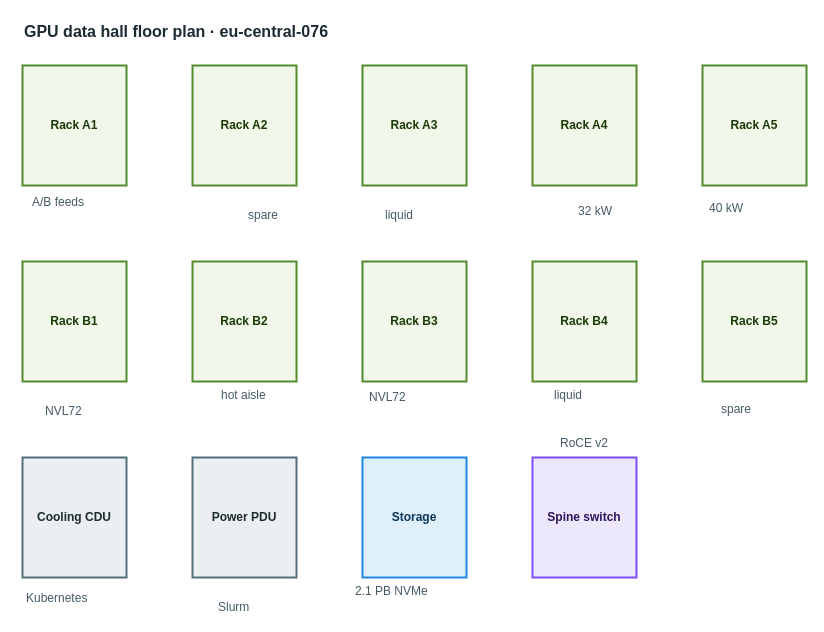
Above: apps/web/public/samples/library/076-gpu-data-hall-floor-plan.drawio in AryanG01/open-apprentice (draw.io), before the change. Source tidied: cells renumbered, new cells numbered last; positions are measured from the earlier drawing's top-left corner, leaving out a move shared by most shapes. Both pictures are drawn from the tidied source at 100%, with x=0, y=0 at pixel (22, 17).
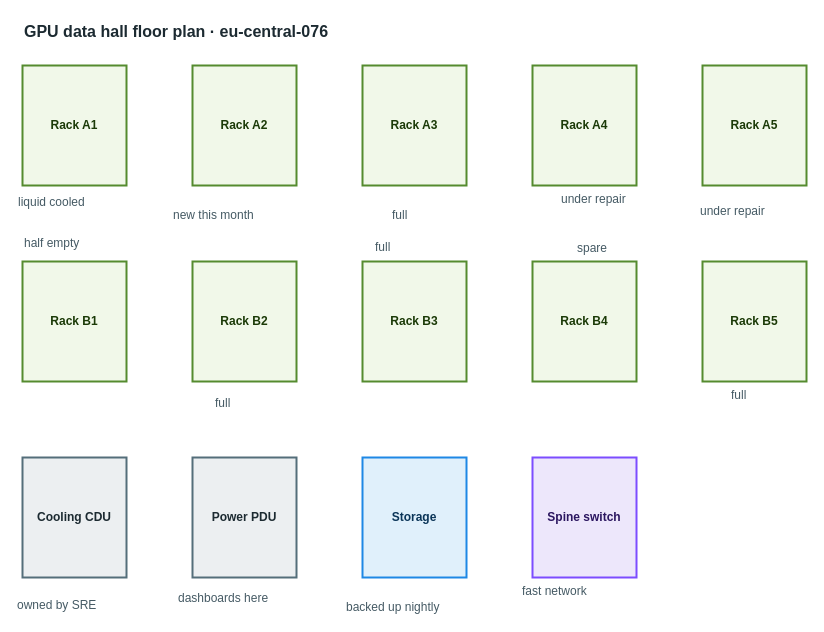
Above is the later version.

The edit, as a diff of the source:
```diff
@@
-    <mxCell id="17" value="A/B feeds" style="text;html=1;align=left;verticalAlign=top;whiteSpace=nowrap;spacing=0;spacingTop=0;strokeColor=none;fillColor=none;fontSize=12;fontColor=#455a64;" parent="1" vertex="1">
-      <mxGeometry x="10" y="173" width="75" height="20" as="geometry" />
+    <mxCell id="17" value="liquid cooled" style="text;html=1;align=left;verticalAlign=top;whiteSpace=nowrap;spacing=0;spacingTop=0;strokeColor=none;fillColor=none;fontSize=12;fontColor=#455a64;" parent="1" vertex="1">
+      <mxGeometry x="-4" y="173" width="103" height="20" as="geometry" />
     </mxCell>
-    <mxCell id="18" value="spare" style="text;html=1;align=left;verticalAlign=top;whiteSpace=nowrap;spacing=0;spacingTop=0;strokeColor=none;fillColor=none;fontSize=12;fontColor=#455a64;" parent="1" vertex="1">
-      <mxGeometry x="226" y="186" width="47" height="20" as="geometry" />
+    <mxCell id="18" value="new this month" style="text;html=1;align=left;verticalAlign=top;whiteSpace=nowrap;spacing=0;spacingTop=0;strokeColor=none;fillColor=none;fontSize=12;fontColor=#455a64;" parent="1" vertex="1">
+      <mxGeometry x="151" y="186" width="110" height="20" as="geometry" />
     </mxCell>
-    <mxCell id="19" value="liquid" style="text;html=1;align=left;verticalAlign=top;whiteSpace=nowrap;spacing=0;spacingTop=0;strokeColor=none;fillColor=none;fontSize=12;fontColor=#455a64;" parent="1" vertex="1">
-      <mxGeometry x="363" y="186" width="54" height="20" as="geometry" />
+    <mxCell id="19" value="full" style="text;html=1;align=left;verticalAlign=top;whiteSpace=nowrap;spacing=0;spacingTop=0;strokeColor=none;fillColor=none;fontSize=12;fontColor=#455a64;" parent="1" vertex="1">
+      <mxGeometry x="370" y="186" width="40" height="20" as="geometry" />
     </mxCell>
-    <mxCell id="20" value="32 kW" style="text;html=1;align=left;verticalAlign=top;whiteSpace=nowrap;spacing=0;spacingTop=0;strokeColor=none;fillColor=none;fontSize=12;fontColor=#455a64;" parent="1" vertex="1">
-      <mxGeometry x="556" y="182" width="47" height="20" as="geometry" />
+    <mxCell id="20" value="under repair" style="text;html=1;align=left;verticalAlign=top;whiteSpace=nowrap;spacing=0;spacingTop=0;strokeColor=none;fillColor=none;fontSize=12;fontColor=#455a64;" parent="1" vertex="1">
+      <mxGeometry x="539" y="170" width="96" height="20" as="geometry" />
     </mxCell>
-    <mxCell id="21" value="40 kW" style="text;html=1;align=left;verticalAlign=top;whiteSpace=nowrap;spacing=0;spacingTop=0;strokeColor=none;fillColor=none;fontSize=12;fontColor=#455a64;" parent="1" vertex="1">
-      <mxGeometry x="687" y="179" width="47" height="20" as="geometry" />
+    <mxCell id="21" value="under repair" style="text;html=1;align=left;verticalAlign=top;whiteSpace=nowrap;spacing=0;spacingTop=0;strokeColor=none;fillColor=none;fontSize=12;fontColor=#455a64;" parent="1" vertex="1">
+      <mxGeometry x="678" y="182" width="96" height="20" as="geometry" />
     </mxCell>
-    <mxCell id="22" value="NVL72" style="text;html=1;align=left;verticalAlign=top;whiteSpace=nowrap;spacing=0;spacingTop=0;strokeColor=none;fillColor=none;fontSize=12;fontColor=#455a64;" parent="1" vertex="1">
-      <mxGeometry x="23" y="382" width="47" height="20" as="geometry" />
+    <mxCell id="22" value="half empty" style="text;html=1;align=left;verticalAlign=top;whiteSpace=nowrap;spacing=0;spacingTop=0;strokeColor=none;fillColor=none;fontSize=12;fontColor=#455a64;" parent="1" vertex="1">
+      <mxGeometry x="2" y="214" width="82" height="20" as="geometry" />
     </mxCell>
-    <mxCell id="23" value="hot aisle" style="text;html=1;align=left;verticalAlign=top;whiteSpace=nowrap;spacing=0;spacingTop=0;strokeColor=none;fillColor=none;fontSize=12;fontColor=#455a64;" parent="1" vertex="1">
-      <mxGeometry x="199" y="366" width="75" height="20" as="geometry" />
+    <mxCell id="23" value="full" style="text;html=1;align=left;verticalAlign=top;whiteSpace=nowrap;spacing=0;spacingTop=0;strokeColor=none;fillColor=none;fontSize=12;fontColor=#455a64;" parent="1" vertex="1">
+      <mxGeometry x="193" y="374" width="40" height="20" as="geometry" />
     </mxCell>
-    <mxCell id="24" value="NVL72" style="text;html=1;align=left;verticalAlign=top;whiteSpace=nowrap;spacing=0;spacingTop=0;strokeColor=none;fillColor=none;fontSize=12;fontColor=#455a64;" parent="1" vertex="1">
-      <mxGeometry x="347" y="368" width="47" height="20" as="geometry" />
+    <mxCell id="24" value="full" style="text;html=1;align=left;verticalAlign=top;whiteSpace=nowrap;spacing=0;spacingTop=0;strokeColor=none;fillColor=none;fontSize=12;fontColor=#455a64;" parent="1" vertex="1">
+      <mxGeometry x="353" y="218" width="40" height="20" as="geometry" />
     </mxCell>
-    <mxCell id="25" value="liquid" style="text;html=1;align=left;verticalAlign=top;whiteSpace=nowrap;spacing=0;spacingTop=0;strokeColor=none;fillColor=none;fontSize=12;fontColor=#455a64;" parent="1" vertex="1">
-      <mxGeometry x="532" y="366" width="54" height="20" as="geometry" />
+    <mxCell id="25" value="spare" style="text;html=1;align=left;verticalAlign=top;whiteSpace=nowrap;spacing=0;spacingTop=0;strokeColor=none;fillColor=none;fontSize=12;fontColor=#455a64;" parent="1" vertex="1">
+      <mxGeometry x="555" y="219" width="47" height="20" as="geometry" />
     </mxCell>
-    <mxCell id="26" value="spare" style="text;html=1;align=left;verticalAlign=top;whiteSpace=nowrap;spacing=0;spacingTop=0;strokeColor=none;fillColor=none;fontSize=12;fontColor=#455a64;" parent="1" vertex="1">
-      <mxGeometry x="699" y="380" width="47" height="20" as="geometry" />
+    <mxCell id="26" value="full" style="text;html=1;align=left;verticalAlign=top;whiteSpace=nowrap;spacing=0;spacingTop=0;strokeColor=none;fillColor=none;fontSize=12;fontColor=#455a64;" parent="1" vertex="1">
+      <mxGeometry x="709" y="366" width="40" height="20" as="geometry" />
     </mxCell>
-    <mxCell id="27" value="Kubernetes" style="text;html=1;align=left;verticalAlign=top;whiteSpace=nowrap;spacing=0;spacingTop=0;strokeColor=none;fillColor=none;fontSize=12;fontColor=#455a64;" parent="1" vertex="1">
-      <mxGeometry x="4" y="569" width="82" height="20" as="geometry" />
+    <mxCell id="27" value="owned by SRE" style="text;html=1;align=left;verticalAlign=top;whiteSpace=nowrap;spacing=0;spacingTop=0;strokeColor=none;fillColor=none;fontSize=12;fontColor=#455a64;" parent="1" vertex="1">
+      <mxGeometry x="-5" y="576" width="96" height="20" as="geometry" />
     </mxCell>
-    <mxCell id="28" value="Slurm" style="text;html=1;align=left;verticalAlign=top;whiteSpace=nowrap;spacing=0;spacingTop=0;strokeColor=none;fillColor=none;fontSize=12;fontColor=#455a64;" parent="1" vertex="1">
-      <mxGeometry x="196" y="578" width="47" height="20" as="geometry" />
+    <mxCell id="28" value="dashboards here" style="text;html=1;align=left;verticalAlign=top;whiteSpace=nowrap;spacing=0;spacingTop=0;strokeColor=none;fillColor=none;fontSize=12;fontColor=#455a64;" parent="1" vertex="1">
+      <mxGeometry x="156" y="569" width="117" height="20" as="geometry" />
     </mxCell>
-    <mxCell id="29" value="2.1 PB NVMe" style="text;html=1;align=left;verticalAlign=top;whiteSpace=nowrap;spacing=0;spacingTop=0;strokeColor=none;fillColor=none;fontSize=12;fontColor=#455a64;" parent="1" vertex="1">
-      <mxGeometry x="333" y="562" width="89" height="20" as="geometry" />
+    <mxCell id="29" value="backed up nightly" style="text;html=1;align=left;verticalAlign=top;whiteSpace=nowrap;spacing=0;spacingTop=0;strokeColor=none;fillColor=none;fontSize=12;fontColor=#455a64;" parent="1" vertex="1">
+      <mxGeometry x="324" y="578" width="131" height="20" as="geometry" />
     </mxCell>
-    <mxCell id="30" value="RoCE v2" style="text;html=1;align=left;verticalAlign=top;whiteSpace=nowrap;spacing=0;spacingTop=0;strokeColor=none;fillColor=none;fontSize=12;fontColor=#455a64;" parent="1" vertex="1">
-      <mxGeometry x="538" y="414" width="61" height="20" as="geometry" />
+    <mxCell id="30" value="fast network" style="text;html=1;align=left;verticalAlign=top;whiteSpace=nowrap;spacing=0;spacingTop=0;strokeColor=none;fillColor=none;fontSize=12;fontColor=#455a64;" parent="1" vertex="1">
+      <mxGeometry x="500" y="562" width="96" height="20" as="geometry" />
     </mxCell>
```
